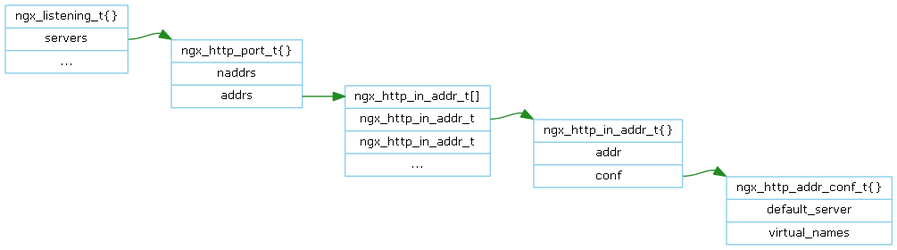
Above: doc/Graph/http/http_listen_server.png in lingjf/nginx_analyse (Graphviz), before the change. Its source is kept beside it as doc/Graph/http/http_listen_server.gv. Source of this version:
```dot
digraph ngx_array {
   rankdir=LR;
   node [shape=record, color=skyblue, fontname="Verdana", fontsize=10];
   edge [color=forestgreen, fontname="Verdana", fontsize=10];

   ngx_listening_t [label="ngx_listening_t\{\}|<servers>servers|..."];
   ngx_http_port_t [label="<head>ngx_http_port_t\{\}|naddrs|<addrs>addrs"];
   ngx_http_in_addr_t_array [label="<head>ngx_http_in_addr_t\[\]|<n1>ngx_http_in_addr_t|<n2>ngx_http_in_addr_t|..."];
   ngx_http_in_addr_t [label="<head>ngx_http_in_addr_t\{\}|addr|<conf>conf"];
   ngx_http_addr_conf_t [label="<head>ngx_http_addr_conf_t\{\}|<default_server>default_server|<vn>virtual_names"];

   ngx_listening_t:servers -> ngx_http_port_t:head:nw;
   ngx_http_port_t:addrs -> ngx_http_in_addr_t_array:head;
   ngx_http_in_addr_t_array:n1 -> ngx_http_in_addr_t:head:nw;
   ngx_http_in_addr_t:conf -> ngx_http_addr_conf_t:head:nw;

}
```
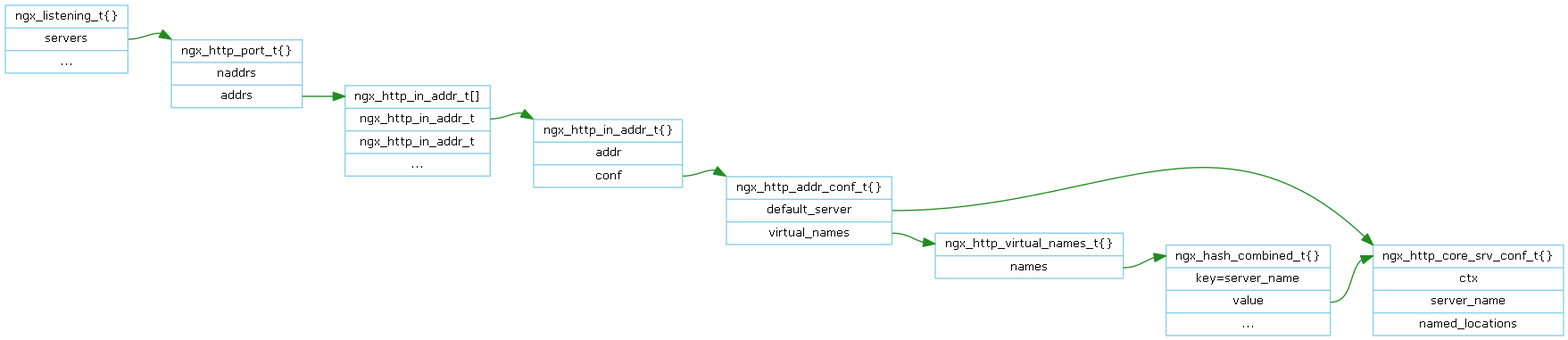
After the change.

Commit message:
Add http documents

Change to the diagram source:
```diff
@@ -8,10 +8,16 @@
    ngx_http_in_addr_t_array [label="<head>ngx_http_in_addr_t\[\]|<n1>ngx_http_in_addr_t|<n2>ngx_http_in_addr_t|..."];
    ngx_http_in_addr_t [label="<head>ngx_http_in_addr_t\{\}|addr|<conf>conf"];
    ngx_http_addr_conf_t [label="<head>ngx_http_addr_conf_t\{\}|<default_server>default_server|<vn>virtual_names"];
+   ngx_http_virtual_names_t [label="<head>ngx_http_virtual_names_t\{\}|<names>names"];
+   ngx_hash_combined_t  [label="<head>ngx_hash_combined_t\{\}|<name>key=server_name|<value>value|..."];
+   ngx_http_core_srv_conf_t [label="<head>ngx_http_core_srv_conf_t\{\}|<ctx>ctx|server_name|<named_locations>named_locations"];
 
    ngx_listening_t:servers -> ngx_http_port_t:head:nw;
    ngx_http_port_t:addrs -> ngx_http_in_addr_t_array:head;
    ngx_http_in_addr_t_array:n1 -> ngx_http_in_addr_t:head:nw;
    ngx_http_in_addr_t:conf -> ngx_http_addr_conf_t:head:nw;
-
+   ngx_http_addr_conf_t:vn -> ngx_http_virtual_names_t:head;
+   ngx_http_virtual_names_t:names -> ngx_hash_combined_t:head;
+   ngx_hash_combined_t:value -> ngx_http_core_srv_conf_t:head;
+   ngx_http_addr_conf_t:default_server -> ngx_http_core_srv_conf_t:head:nw;
 }
```
